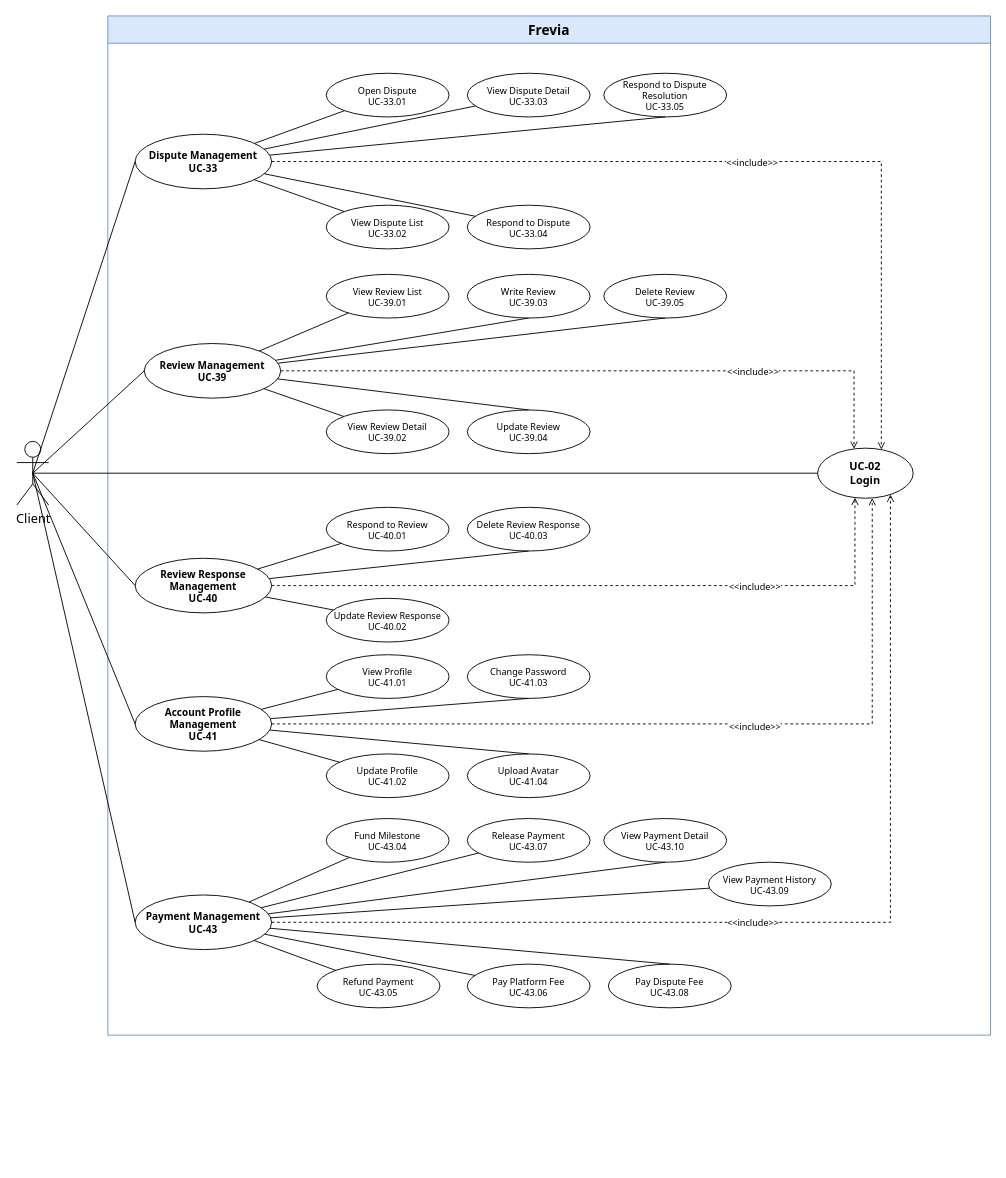
Above: page "Client 6/6" (6 of 6) of uc-diagrams/Client.drawio in Thunggg/Frevia (draw.io), before the change. Source tidied: cells renumbered, new cells numbered last; positions are measured from the earlier drawing's top-left corner, leaving out a move shared by most shapes. Both pictures are drawn from the tidied source at 91%, with x=0, y=0 at pixel (16, 15).
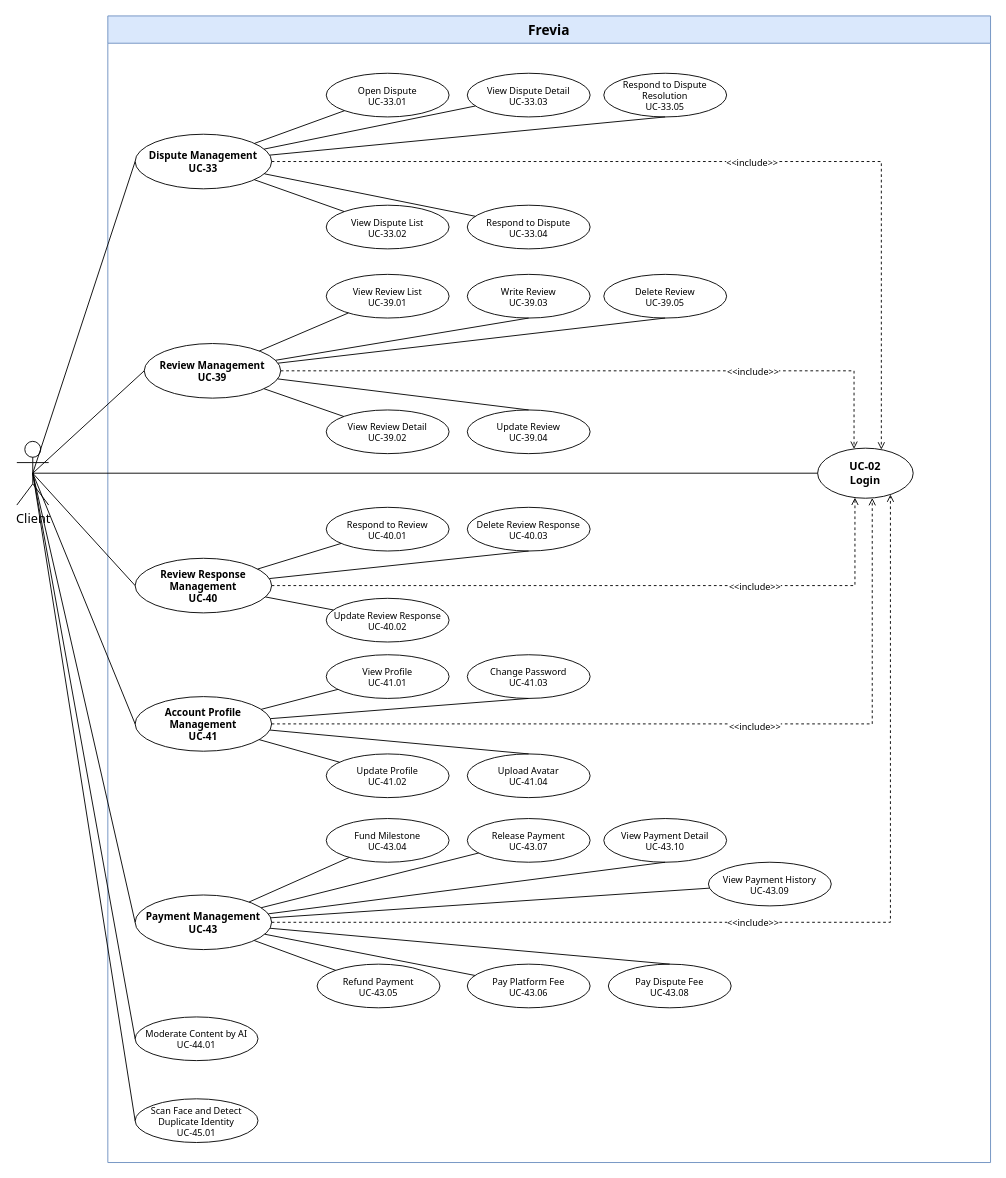
The same diagram, later.

The change refers to these unchanged cells:
```xml
<mxCell id="42" value="Client" style="shape=umlActor;verticalLabelPosition=bottom;verticalAlign=top;html=1;outlineConnect=0;fontSize=14;fontFamily=Tahoma;" parent="1" vertex="1">
  <mxGeometry y="467.5" width="35" height="70" as="geometry" />
</mxCell>
```

Diff of the diagram source:
```diff
@@
     <mxCell id="2" value="Frevia" style="swimlane;whiteSpace=wrap;html=1;startSize=30;fontSize=15;fontFamily=Tahoma;fontStyle=1;fillColor=#dae8fc;strokeColor=#6c8ebf;" parent="1" vertex="1">
-      <mxGeometry x="100" width="970" height="1120" as="geometry" />
+      <mxGeometry x="100" width="970" height="1260" as="geometry" />
     </mxCell>
@@
+    <mxCell id="69" value="Moderate Content by AI&lt;br&gt;UC-44.01" style="ellipse;whiteSpace=wrap;html=1;fontSize=10;fontFamily=Tahoma;fillColor=#ffffff;strokeColor=#000000;" parent="2" vertex="1">
+      <mxGeometry x="30" y="1100" width="135" height="48" as="geometry" />
+    </mxCell>
+    <mxCell id="70" value="Scan Face and Detect Duplicate Identity&lt;br&gt;UC-45.01" style="ellipse;whiteSpace=wrap;html=1;fontSize=10;fontFamily=Tahoma;fillColor=#ffffff;strokeColor=#000000;" parent="2" vertex="1">
+      <mxGeometry x="30" y="1190" width="135" height="48" as="geometry" />
+    </mxCell>
@@
+    <mxCell id="71" style="endArrow=none;html=1;rounded=0;fontFamily=Tahoma;fontSize=13;entryX=0;entryY=0.5;entryDx=0;entryDy=0;exitX=0.5;exitY=0.5;exitDx=0;exitDy=0;exitPerimeter=0;" parent="1" edge="1" source="42" target="70">
+      <mxGeometry relative="1" as="geometry" />
+    </mxCell>
+    <mxCell id="72" style="endArrow=none;html=1;rounded=0;fontFamily=Tahoma;fontSize=13;exitX=0.5;exitY=0.5;exitDx=0;exitDy=0;exitPerimeter=0;entryX=0;entryY=0.5;entryDx=0;entryDy=0;" parent="1" edge="1" source="42" target="69">
+      <mxGeometry relative="1" as="geometry" />
+    </mxCell>
```
